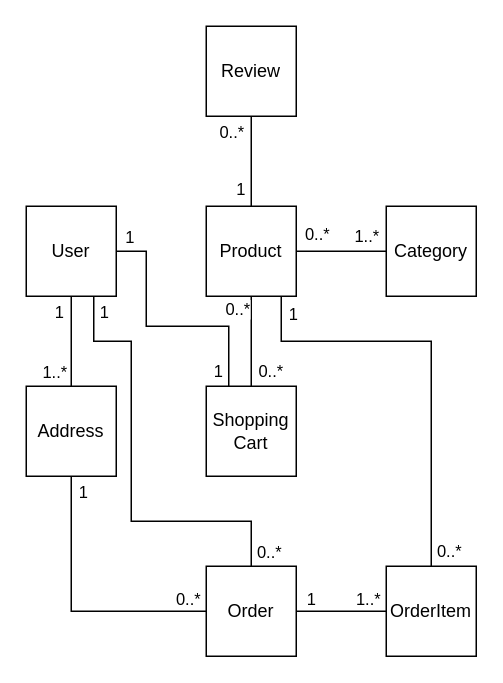
This is datamodel.drawio from slowvoid/monolith, a draw.io file, before an edit. Source tidied: cells renumbered, new cells numbered last; positions are measured from the earlier drawing's top-left corner, leaving out a move shared by most shapes. Both pictures are drawn from the tidied source at 150%, with x=0, y=0 at pixel (26, 26).
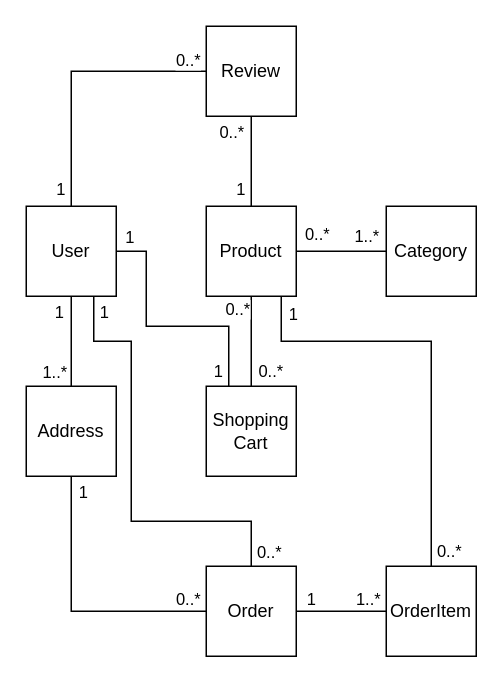
The same page after the edit.

Commit message (it also covers changes not shown here):
Added prisma schema and migration

The change refers to these unchanged cells:
```xml
<mxCell id="11" value="User" style="whiteSpace=wrap;html=1;" parent="1" vertex="1">
  <mxGeometry y="120" width="60" height="60" as="geometry" />
</mxCell>
<mxCell id="26" value="Review" style="whiteSpace=wrap;html=1;" parent="1" vertex="1">
  <mxGeometry x="120" width="60" height="60" as="geometry" />
</mxCell>
```

What changed in the source:
```diff
@@
+    <mxCell id="37" style="edgeStyle=orthogonalEdgeStyle;rounded=0;jettySize=auto;html=1;endArrow=none;endFill=0;" parent="1" edge="1" source="26" target="11">
+      <mxGeometry relative="1" as="geometry" />
+    </mxCell>
+    <mxCell id="38" value="0..*" style="edgeLabel;html=1;align=center;verticalAlign=middle;" parent="37" vertex="1">
+      <mxGeometry x="-0.87" relative="1" as="geometry">
+        <mxPoint x="-1" y="-8" as="offset" />
+      </mxGeometry>
+    </mxCell>
+    <mxCell id="39" value="1" style="edgeLabel;html=1;align=center;verticalAlign=middle;" parent="37" vertex="1">
+      <mxGeometry x="0.87" relative="1" as="geometry">
+        <mxPoint x="-8" as="offset" />
+      </mxGeometry>
+    </mxCell>
```
